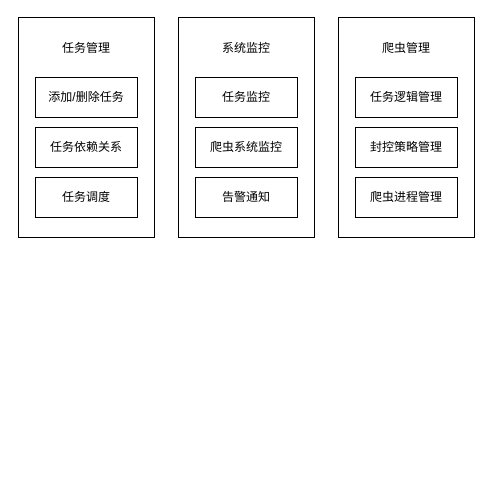
Before: 架构图-爬虫.drawio in digevil/drawio, a draw.io diagram. Source tidied: cells renumbered, new cells numbered last; positions are measured from the earlier drawing's top-left corner, leaving out a move shared by most shapes. Both pictures are drawn from the tidied source at 100%, with x=0, y=0 at pixel (18, 17).
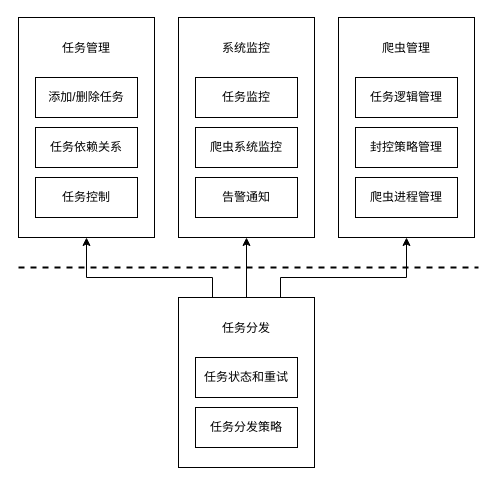
The same page after the edit.

Commit message (it also covers changes not shown here):
更新架构图-爬虫.drawio

The change refers to these unchanged cells:
```xml
<mxCell id="2" style="rounded=0;whiteSpace=wrap;html=1;labelPosition=center;verticalLabelPosition=middle;align=center;verticalAlign=middle;" parent="1" vertex="1">
  <mxGeometry width="136" height="220" as="geometry" />
</mxCell>
<mxCell id="7" style="rounded=0;whiteSpace=wrap;html=1;labelPosition=center;verticalLabelPosition=middle;align=center;verticalAlign=middle;" parent="1" vertex="1">
  <mxGeometry x="160" width="136" height="220" as="geometry" />
</mxCell>
<mxCell id="11" style="rounded=0;whiteSpace=wrap;html=1;labelPosition=center;verticalLabelPosition=middle;align=center;verticalAlign=middle;" parent="1" vertex="1">
  <mxGeometry x="320" width="136" height="220" as="geometry" />
</mxCell>
```

Diff of the diagram source:
```diff
@@
-    <mxCell id="6" value="任务调度" style="rounded=0;whiteSpace=wrap;html=1;" parent="1" vertex="1">
+    <mxCell id="6" value="任务控制" style="rounded=0;whiteSpace=wrap;html=1;" parent="1" vertex="1">
       <mxGeometry x="17" y="160" width="102" height="40" as="geometry" />
     </mxCell>
@@
+    <mxCell id="17" style="endArrow=none;dashed=1;html=1;strokeWidth=2;rounded=0;" parent="1" edge="1">
+      <mxGeometry relative="1" as="geometry">
+        <mxPoint y="250" as="sourcePoint" />
+        <mxPoint x="460" y="250" as="targetPoint" />
+      </mxGeometry>
+    </mxCell>
+    <mxCell id="18" style="edgeStyle=orthogonalEdgeStyle;rounded=0;jettySize=auto;html=1;entryX=0.5;entryY=1;entryDx=0;entryDy=0;" parent="1" edge="1" source="21" target="7">
+      <mxGeometry relative="1" as="geometry" />
+    </mxCell>
+    <mxCell id="19" style="edgeStyle=orthogonalEdgeStyle;rounded=0;jettySize=auto;html=1;exitX=0.75;exitY=0;exitDx=0;exitDy=0;entryX=0.5;entryY=1;entryDx=0;entryDy=0;" parent="1" edge="1" source="21" target="11">
+      <mxGeometry relative="1" as="geometry">
+        <Array as="points">
+          <mxPoint x="262" y="260" />
+          <mxPoint x="388" y="260" />
+        </Array>
+      </mxGeometry>
+    </mxCell>
+    <mxCell id="20" style="edgeStyle=orthogonalEdgeStyle;rounded=0;jettySize=auto;html=1;exitX=0.25;exitY=0;exitDx=0;exitDy=0;entryX=0.5;entryY=1;entryDx=0;entryDy=0;" parent="1" edge="1" source="21" target="2">
+      <mxGeometry relative="1" as="geometry">
+        <Array as="points">
+          <mxPoint x="194" y="260" />
+          <mxPoint x="68" y="260" />
+        </Array>
+      </mxGeometry>
+    </mxCell>
+    <mxCell id="21" style="rounded=0;whiteSpace=wrap;html=1;labelPosition=center;verticalLabelPosition=middle;align=center;verticalAlign=middle;" parent="1" vertex="1">
+      <mxGeometry x="160" y="280" width="136" height="170" as="geometry" />
+    </mxCell>
+    <mxCell id="22" value="任务分发" style="text;html=1;strokeColor=none;fillColor=none;align=center;verticalAlign=middle;whiteSpace=wrap;rounded=0;" parent="1" vertex="1">
+      <mxGeometry x="198" y="296" width="60" height="30" as="geometry" />
+    </mxCell>
+    <mxCell id="23" value="任务状态和重试" style="rounded=0;whiteSpace=wrap;html=1;" parent="1" vertex="1">
+      <mxGeometry x="177" y="340" width="102" height="40" as="geometry" />
+    </mxCell>
+    <mxCell id="24" value="任务分发策略" style="rounded=0;whiteSpace=wrap;html=1;" parent="1" vertex="1">
+      <mxGeometry x="177" y="390" width="102" height="40" as="geometry" />
+    </mxCell>
```
